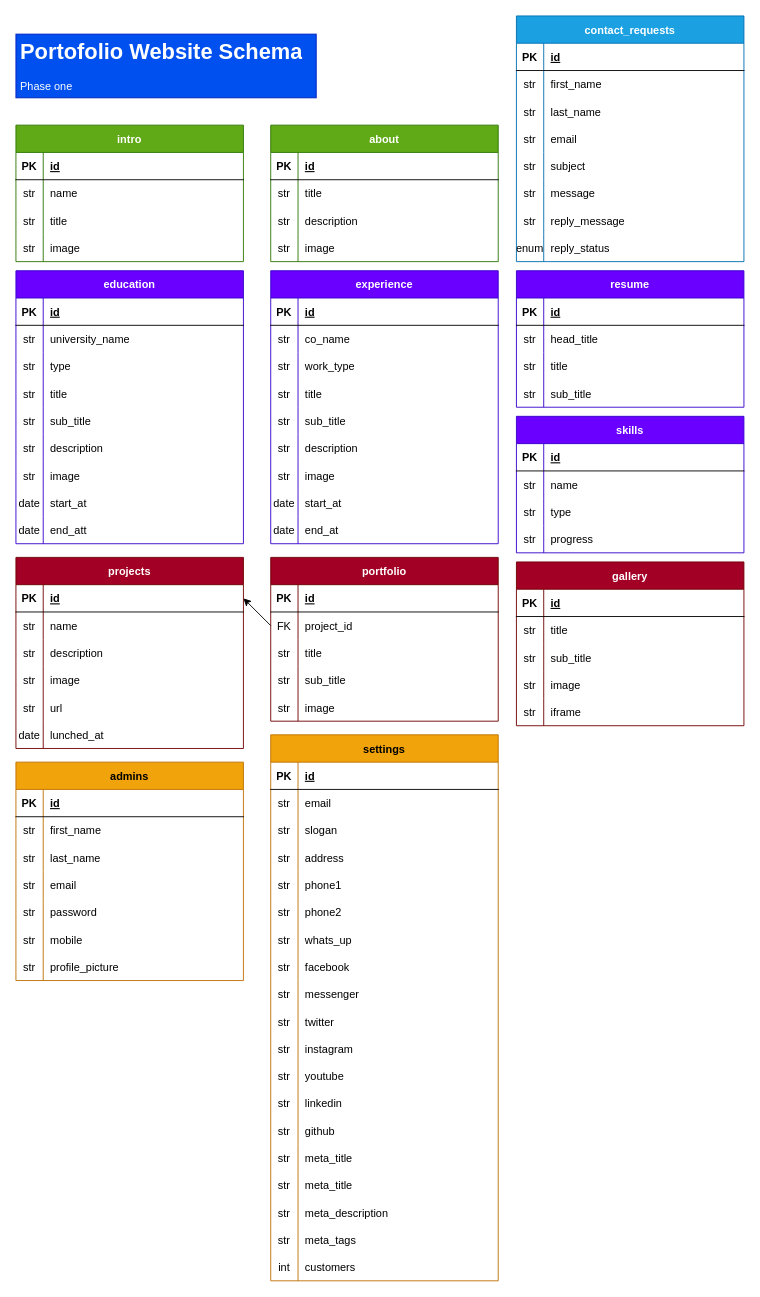
This is database/db.drawio from Mohamed-Adel-91/portfolio, a draw.io file, before an edit. Source tidied: cells renumbered, new cells numbered last; positions are measured from the earlier drawing's top-left corner, leaving out a move shared by most shapes. Both pictures are drawn from the tidied source at 91%, with x=0, y=0 at pixel (15, 15).
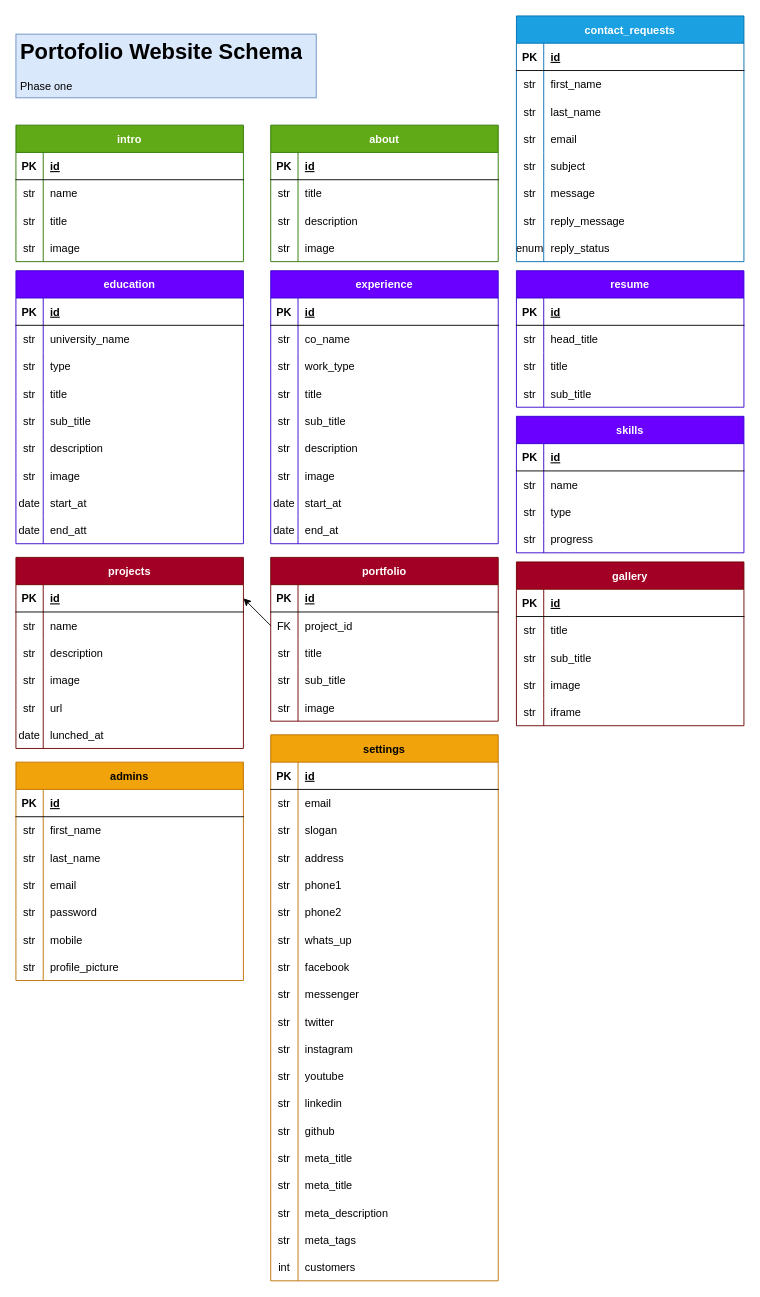
The same diagram, later.

The edit, as a diff of the source:
```diff
@@
-    <mxCell id="187" value="&lt;h1&gt;Portofolio Website Schema&lt;/h1&gt;&lt;div&gt;Phase one&lt;/div&gt;" style="text;html=1;strokeColor=#001DBC;fillColor=#0050ef;spacing=5;spacingTop=-20;whiteSpace=wrap;overflow=hidden;rounded=0;fontColor=#ffffff;" parent="1" vertex="1">
+    <mxCell id="187" value="&lt;h1&gt;Portofolio Website Schema&lt;/h1&gt;&lt;div&gt;Phase one&lt;/div&gt;" style="text;html=1;strokeColor=#6c8ebf;fillColor=#dae8fc;spacing=5;spacingTop=-20;whiteSpace=wrap;overflow=hidden;rounded=0;" parent="1" vertex="1">
       <mxGeometry y="20" width="330" height="70" as="geometry" />
     </mxCell>
```
